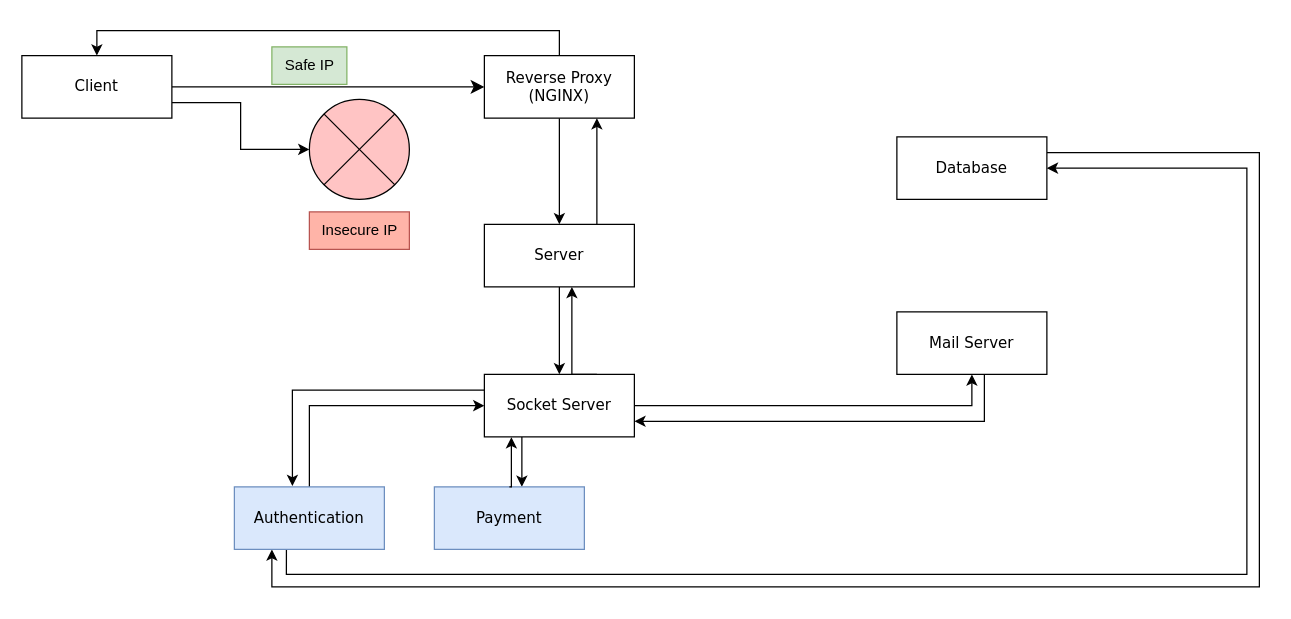
Above: .github/order-system.drawio in isekaimaou1109/demo-github-action (draw.io), before the change. Source tidied: cells renumbered, new cells numbered last; positions are measured from the earlier drawing's top-left corner, leaving out a move shared by most shapes. Both pictures are drawn from the tidied source at 125%, with x=0, y=0 at pixel (21, 46).
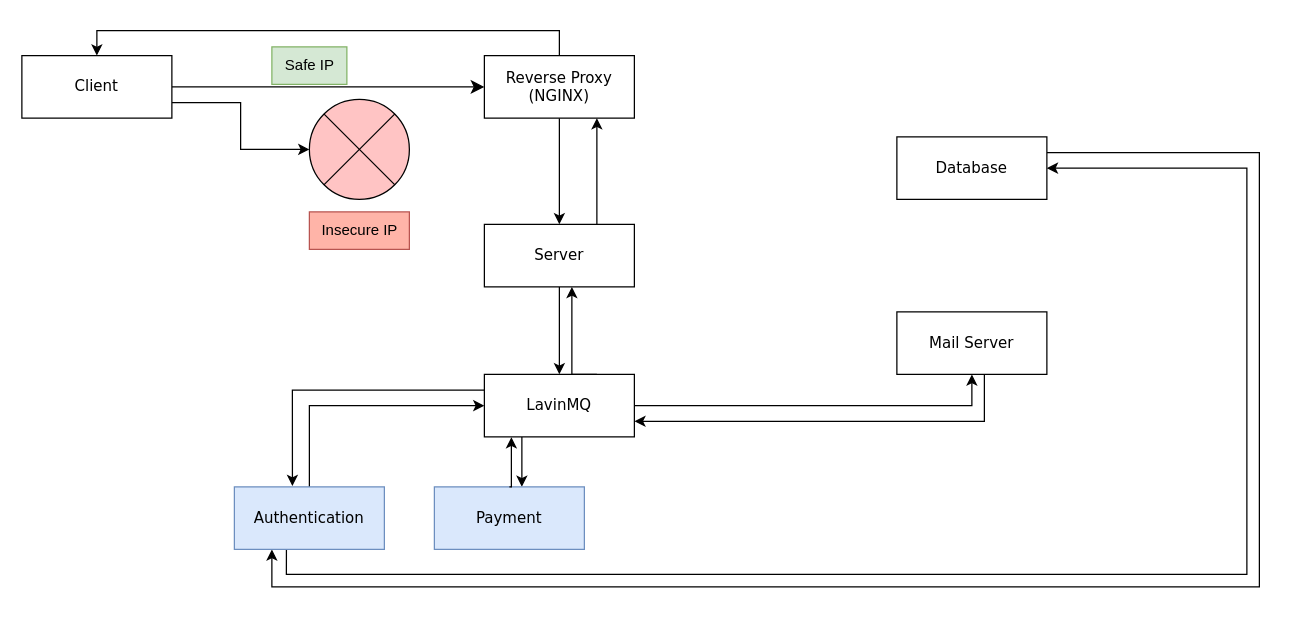
Above is the later version.

Diff of the diagram source:
```diff
@@
-    <mxCell id="21" value="Socket Server" style="whiteSpace=wrap;html=1;rounded=0;shadow=0;comic=0;labelBackgroundColor=none;strokeWidth=1;fontFamily=Verdana;fontSize=12;align=center;" parent="1" vertex="1">
+    <mxCell id="21" value="LavinMQ" style="whiteSpace=wrap;html=1;rounded=0;shadow=0;comic=0;labelBackgroundColor=none;strokeWidth=1;fontFamily=Verdana;fontSize=12;align=center;" parent="1" vertex="1">
       <mxGeometry x="370" y="262" width="120" height="50" as="geometry" />
     </mxCell>
```
